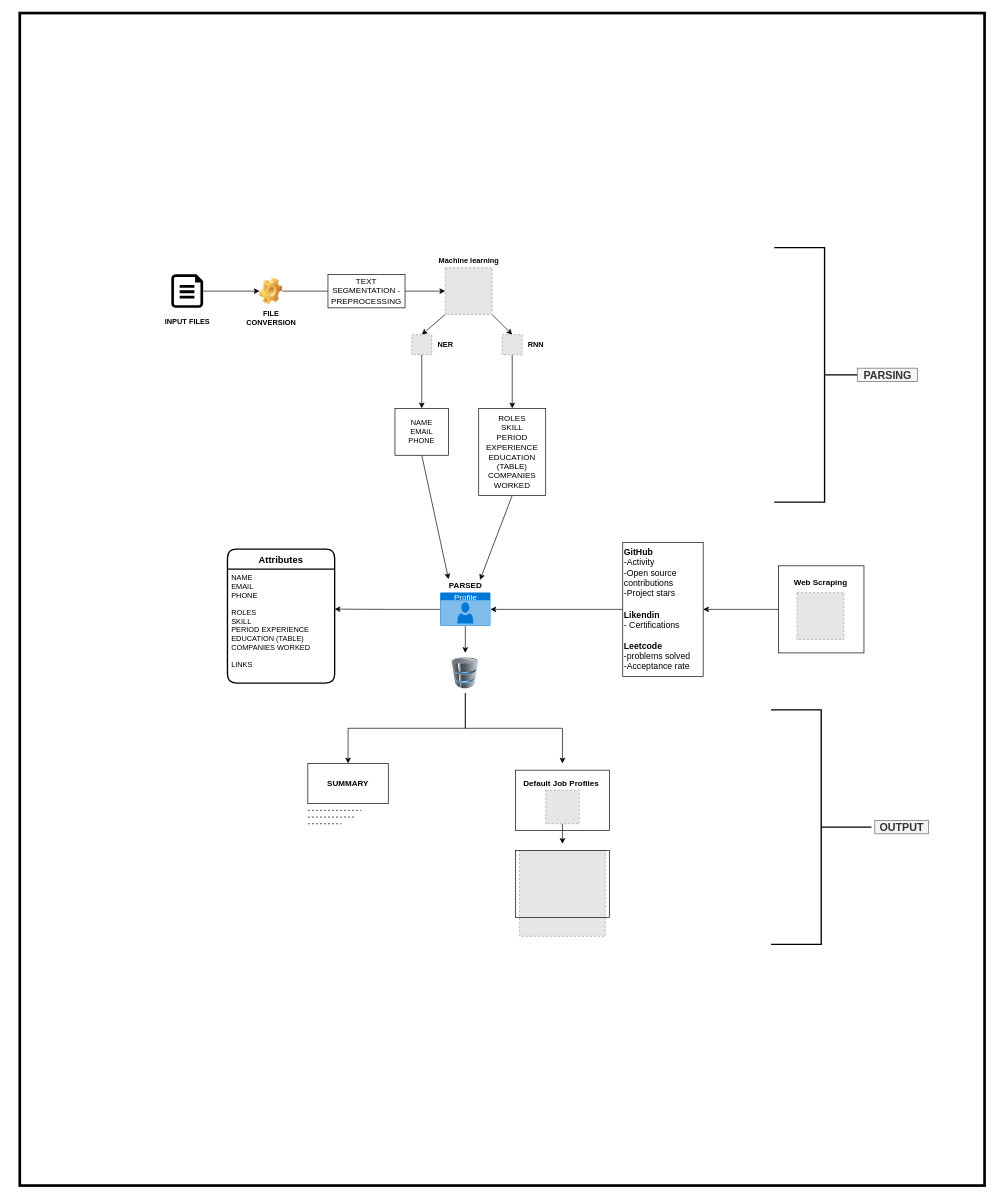
Above: page "Page-2" (2 of 2) of Untitled Diagram.drawio in gamingflexer/DeepBlue (draw.io), before the change. Source tidied: cells renumbered, new cells numbered last; positions are measured from the earlier drawing's top-left corner, leaving out a move shared by most shapes. Both pictures are drawn from the tidied source at 67%, with x=0, y=0 at pixel (19, 13). Pictures stored in the file or linked from it are replaced by grey dashed boxes.
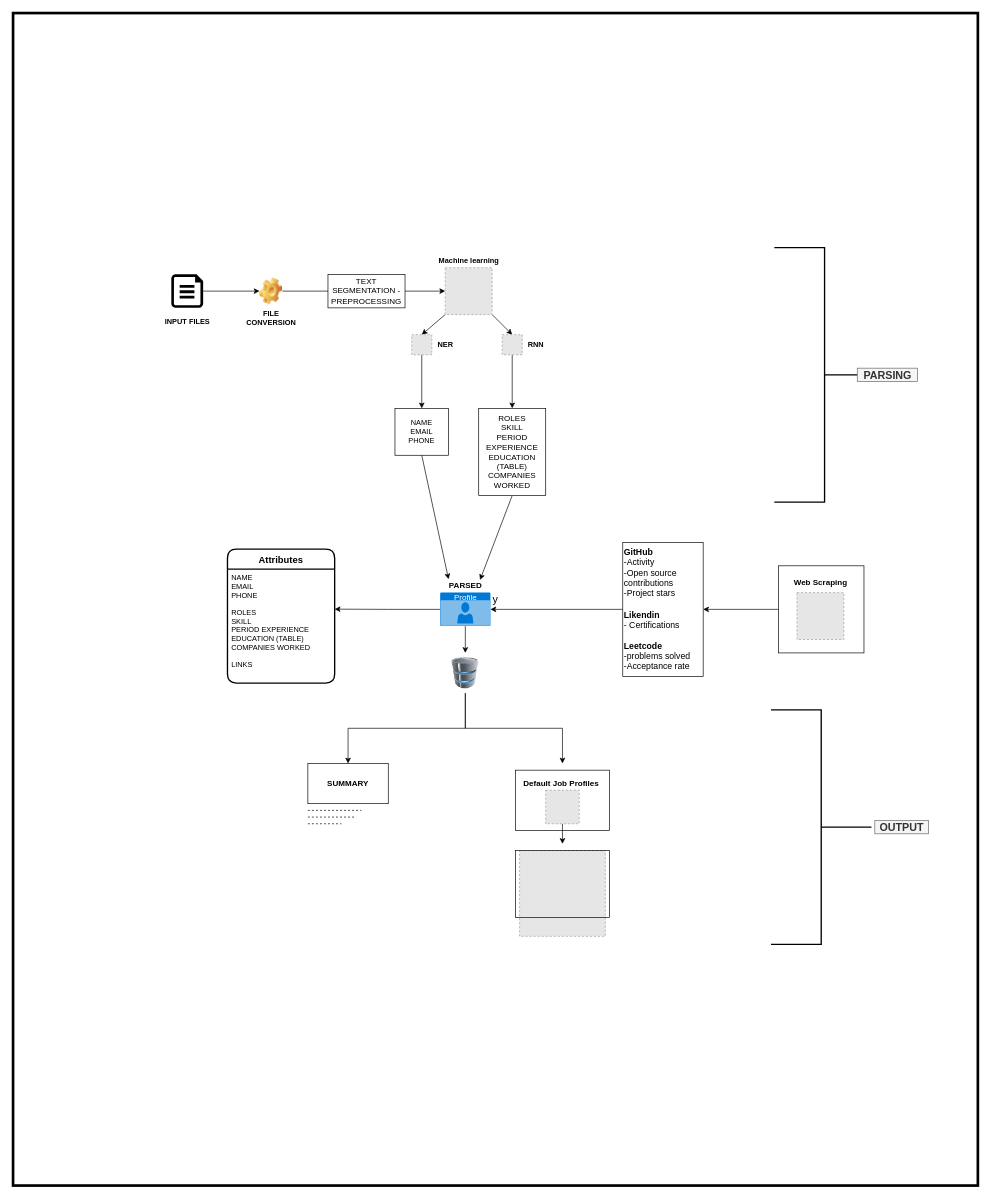
Above is the later version.

Diff of the diagram source:
```diff
@@
-    <mxCell id="52" style="rounded=0;whiteSpace=wrap;html=1;shadow=0;sketch=0;fontSize=16;fontColor=default;strokeColor=#000000;strokeWidth=4;fillColor=none;gradientColor=none;align=center;" parent="1" vertex="1">
-      <mxGeometry width="1440" height="1750" as="geometry" />
+    <mxCell id="52" value="y" style="rounded=0;whiteSpace=wrap;html=1;shadow=0;sketch=0;fontSize=16;fontColor=default;strokeColor=#000000;strokeWidth=4;fillColor=none;gradientColor=none;align=center;" parent="1" vertex="1">
+      <mxGeometry x="-10" width="1440" height="1750" as="geometry" />
     </mxCell>
```
